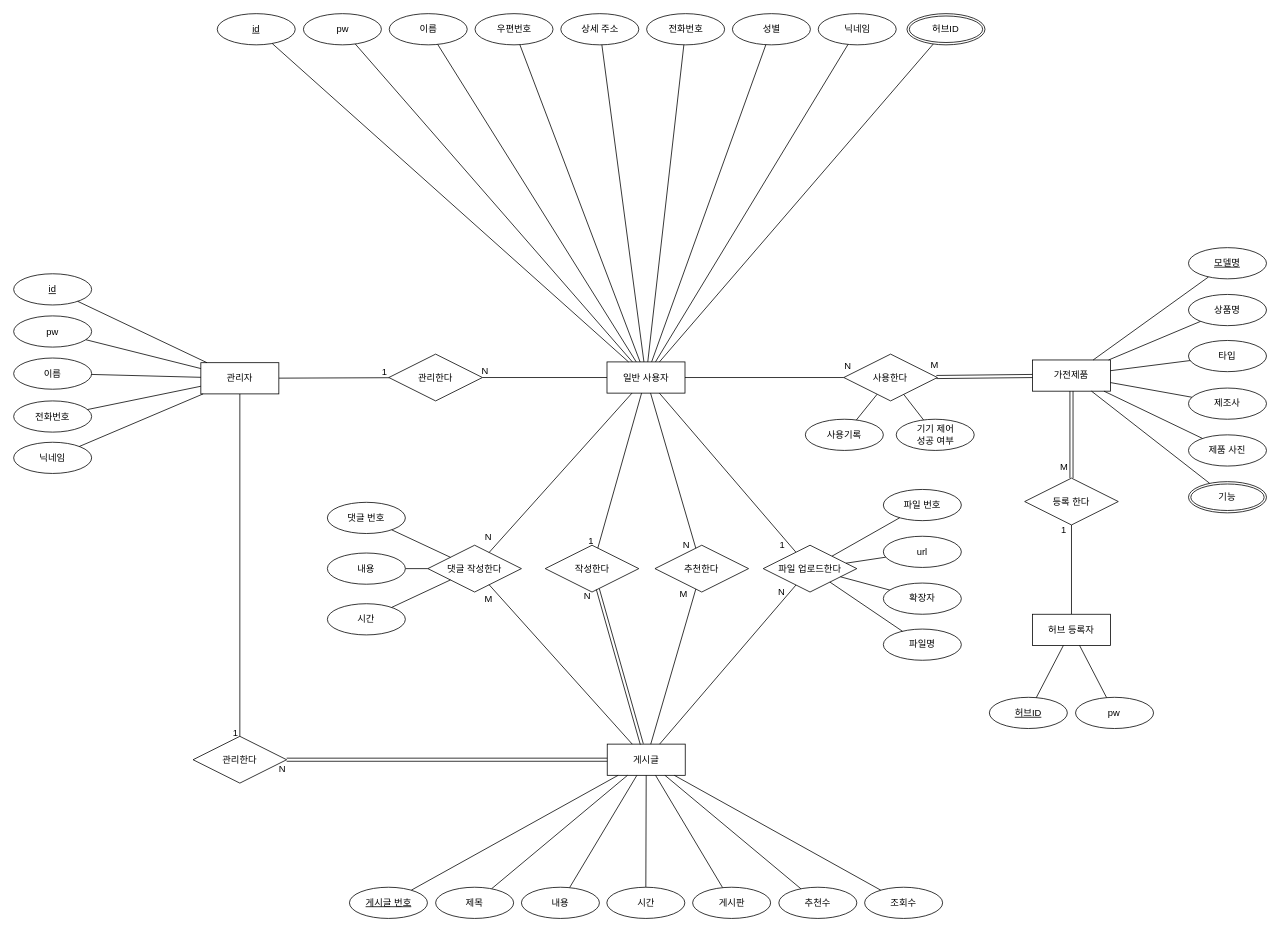
This is 캡스톤 디자인/산출물/ERD.drawio from rmflsdl4/SIRIUS, a draw.io file, before an edit. Source tidied: cells renumbered, new cells numbered last; positions are measured from the earlier drawing's top-left corner, leaving out a move shared by most shapes. Both pictures are drawn from the tidied source at 78%, with x=0, y=0 at pixel (13, 13).
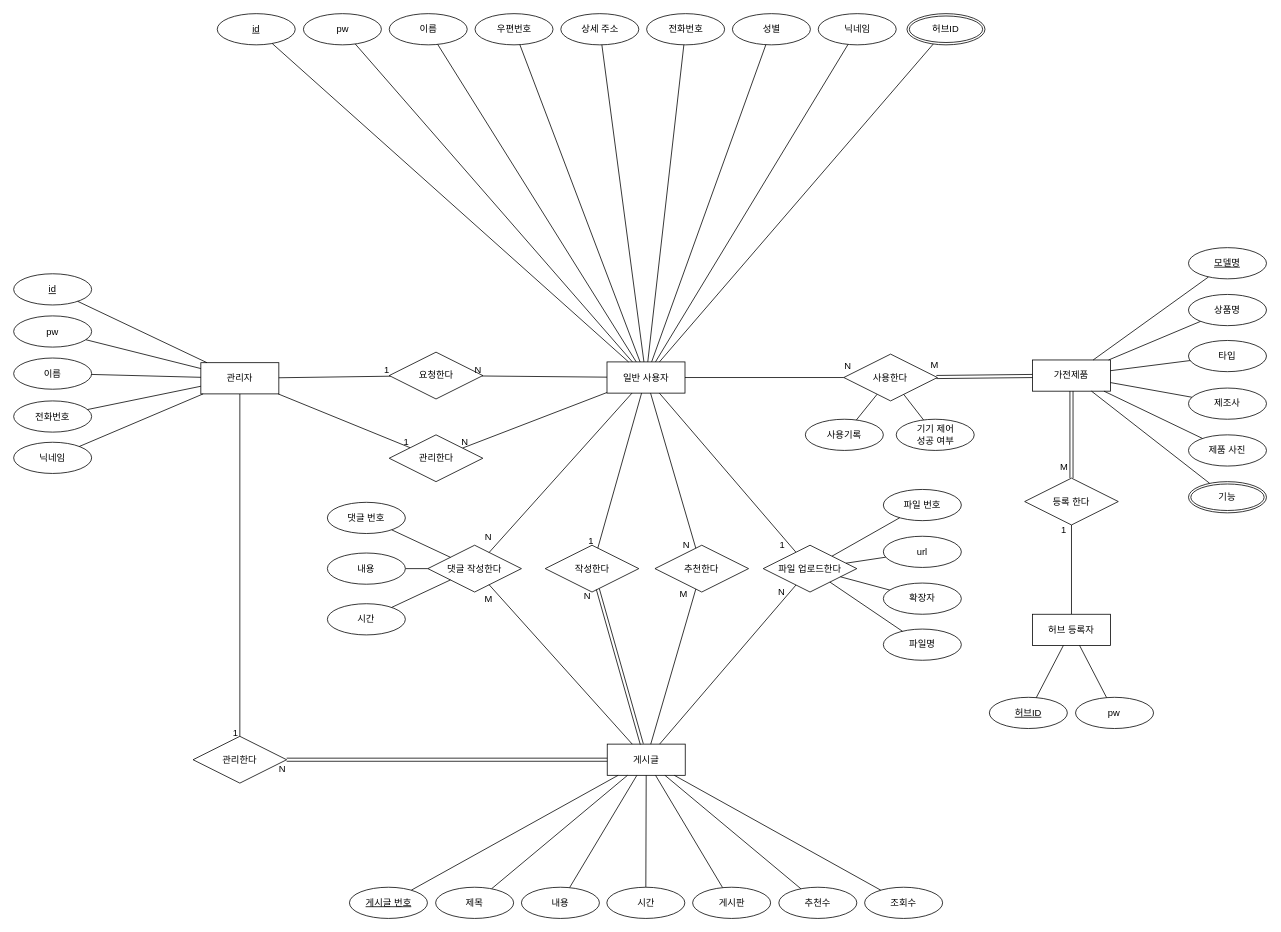
The same page after the edit.

Unchanged cells that the change refers to:
```xml
<mxCell id="2" value="일반 사용자" style="whiteSpace=wrap;html=1;align=center;" parent="1" vertex="1">
  <mxGeometry x="760.7" y="446.5" width="100" height="40" as="geometry" />
</mxCell>
<mxCell id="105" value="관리자" style="whiteSpace=wrap;html=1;align=center;" parent="1" vertex="1">
  <mxGeometry x="240" y="447.5" width="100" height="40" as="geometry" />
</mxCell>
```

The edit, as a diff of the source:
```diff
@@
     <mxCell id="77" value="관리한다" style="shape=rhombus;perimeter=rhombusPerimeter;whiteSpace=wrap;html=1;align=center;" parent="1" vertex="1">
-      <mxGeometry x="481" y="436.5" width="120" height="60" as="geometry" />
+      <mxGeometry x="481.5" y="540" width="120" height="60" as="geometry" />
     </mxCell>
@@
+    <mxCell id="124" value="요청한다" style="shape=rhombus;perimeter=rhombusPerimeter;whiteSpace=wrap;html=1;align=center;" parent="1" vertex="1">
+      <mxGeometry x="481.5" y="434" width="120" height="60" as="geometry" />
+    </mxCell>
+    <mxCell id="125" style="endArrow=none;html=1;rounded=0;" parent="1" edge="1" source="2" target="124">
+      <mxGeometry relative="1" as="geometry" />
+    </mxCell>
+    <mxCell id="126" value="N" style="html=1;whiteSpace=wrap;align=right;verticalAlign=bottom;" parent="125" vertex="1">
+      <mxGeometry x="1" relative="1" as="geometry" />
+    </mxCell>
+    <mxCell id="127" style="endArrow=none;html=1;rounded=0;" parent="1" edge="1" source="105" target="124">
+      <mxGeometry relative="1" as="geometry" />
+    </mxCell>
+    <mxCell id="128" value="1" style="html=1;whiteSpace=wrap;align=right;verticalAlign=bottom;" parent="127" vertex="1">
+      <mxGeometry x="1" relative="1" as="geometry" />
+    </mxCell>
```
